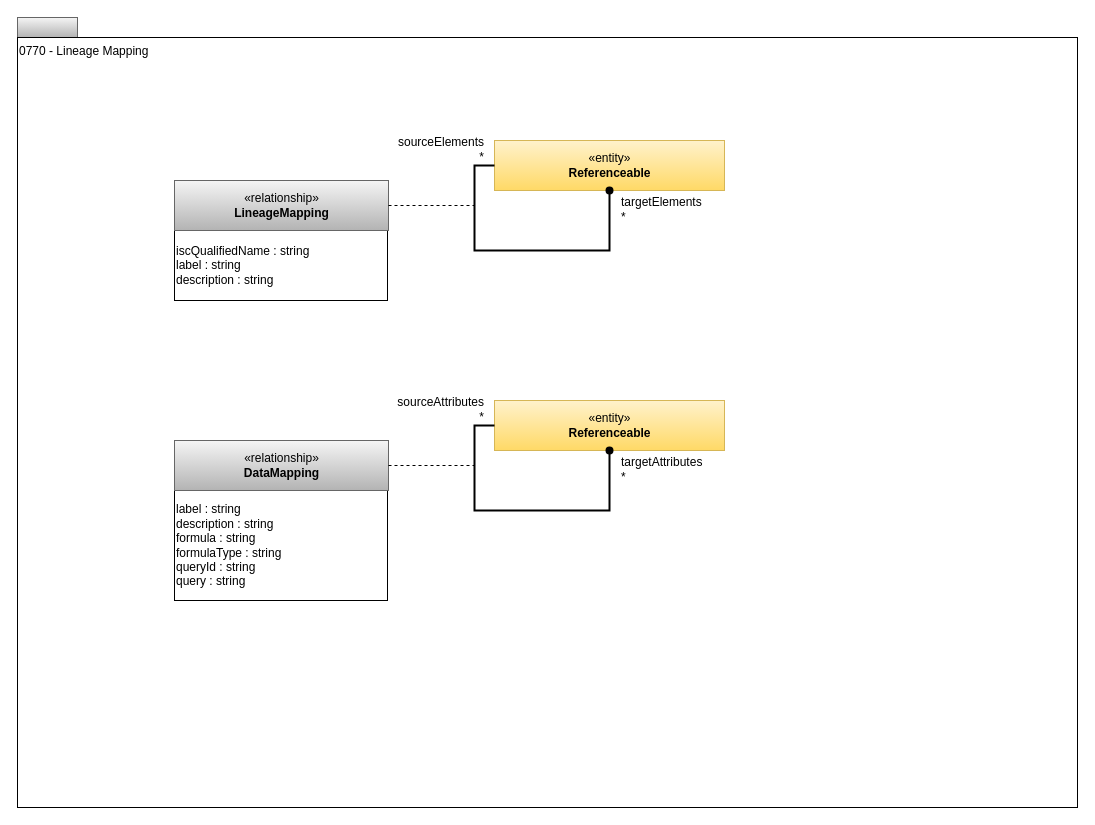
Earlier version of the draw.io diagram page "0770-Lineage-Mapping" (15 of 17) of site/docs/types/7/area-7-lineage.drawio (odpi/egeria-docs). Source tidied: cells renumbered, new cells numbered last; positions are measured from the earlier drawing's top-left corner, leaving out a move shared by most shapes. Both pictures are drawn from the tidied source at 100%, with x=0, y=0 at pixel (17, 17).
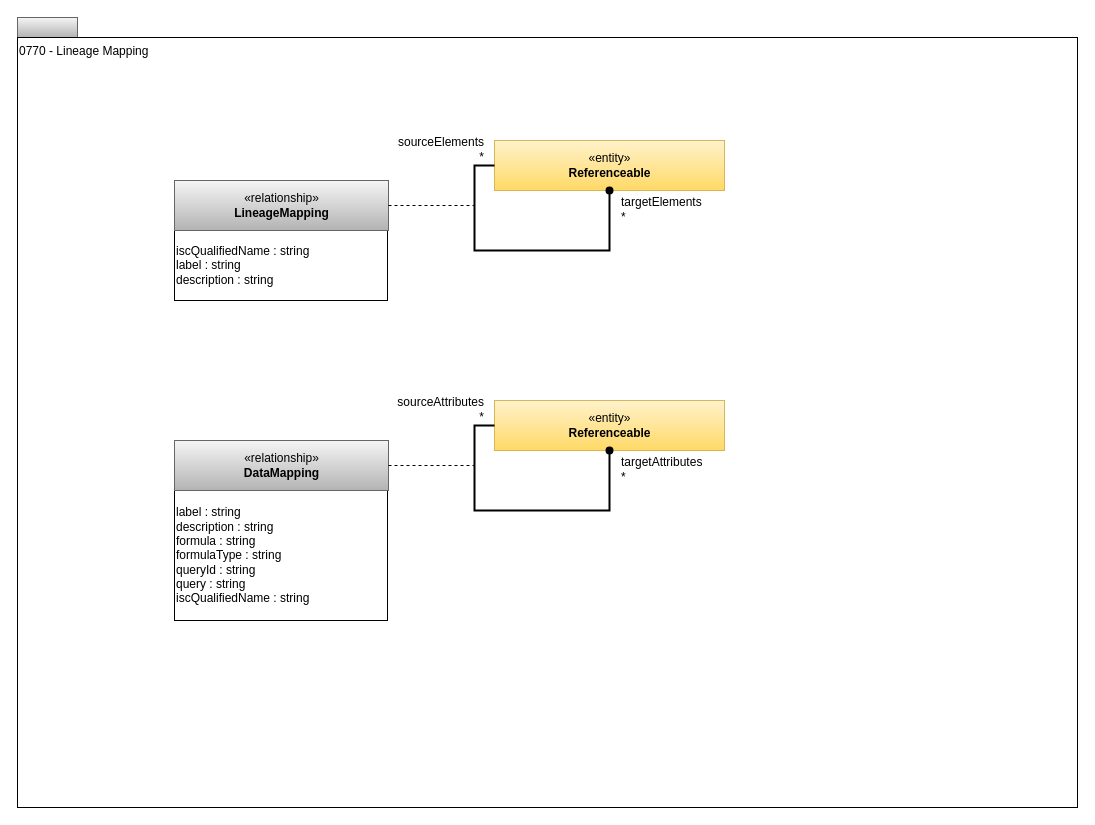
The same page after the edit.

What changed in the source:
```diff
@@
-    <mxCell id="12" value="&lt;div style=&quot;text-align: left&quot;&gt;&lt;span style=&quot;background-color: transparent; color: light-dark(rgb(0, 0, 0), rgb(255, 255, 255));&quot;&gt;label : string&lt;/span&gt;&lt;br&gt;&lt;/div&gt;&lt;div style=&quot;text-align: left&quot;&gt;description : string&lt;br&gt;&lt;/div&gt;&lt;div style=&quot;text-align: left&quot;&gt;formula : string&lt;/div&gt;&lt;div style=&quot;text-align: left&quot;&gt;formulaType : string&lt;/div&gt;&lt;div style=&quot;text-align: left&quot;&gt;queryId : string&lt;/div&gt;&lt;div style=&quot;text-align: left&quot;&gt;query : string&lt;/div&gt;" style="rounded=0;whiteSpace=wrap;html=1;strokeColor=#000000;gradientColor=#ffffff;align=left;" parent="1" vertex="1">
-      <mxGeometry x="157" y="473" width="213" height="110" as="geometry" />
+    <mxCell id="12" value="&lt;div style=&quot;text-align: left&quot;&gt;&lt;span style=&quot;background-color: transparent; color: light-dark(rgb(0, 0, 0), rgb(255, 255, 255));&quot;&gt;label : string&lt;/span&gt;&lt;br&gt;&lt;/div&gt;&lt;div style=&quot;text-align: left&quot;&gt;description : string&lt;br&gt;&lt;/div&gt;&lt;div style=&quot;text-align: left&quot;&gt;formula : string&lt;/div&gt;&lt;div style=&quot;text-align: left&quot;&gt;formulaType : string&lt;/div&gt;&lt;div style=&quot;text-align: left&quot;&gt;queryId : string&lt;/div&gt;&lt;div style=&quot;text-align: left&quot;&gt;query : string&lt;/div&gt;&lt;div style=&quot;text-align: left&quot;&gt;&lt;div&gt;iscQualifiedName : string&lt;/div&gt;&lt;/div&gt;" style="rounded=0;whiteSpace=wrap;html=1;strokeColor=#000000;gradientColor=#ffffff;align=left;" parent="1" vertex="1">
+      <mxGeometry x="157" y="473" width="213" height="130" as="geometry" />
     </mxCell>
```
